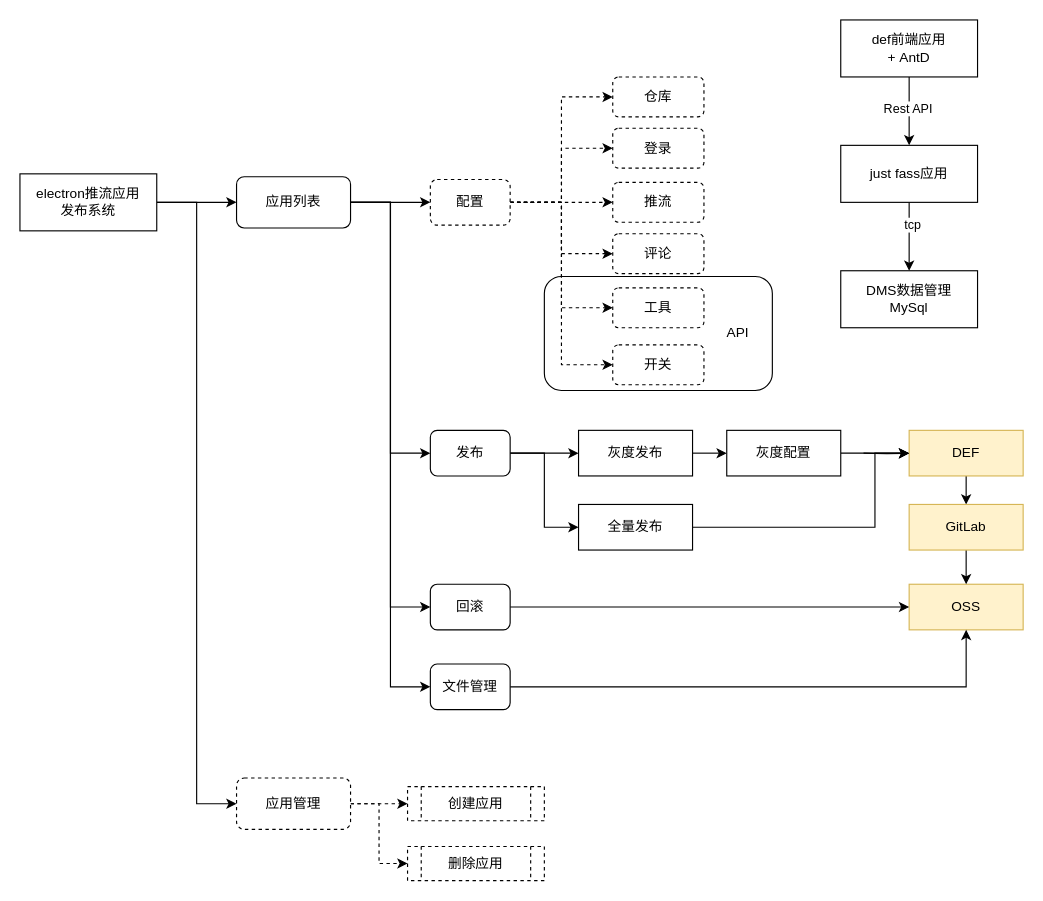
Earlier version of the draw.io diagram publish.drawio (git-zhanglei/gitskills). Source tidied: cells renumbered, new cells numbered last; positions are measured from the earlier drawing's top-left corner, leaving out a move shared by most shapes. Both pictures are drawn from the tidied source at 114%, with x=0, y=0 at pixel (19, 19).
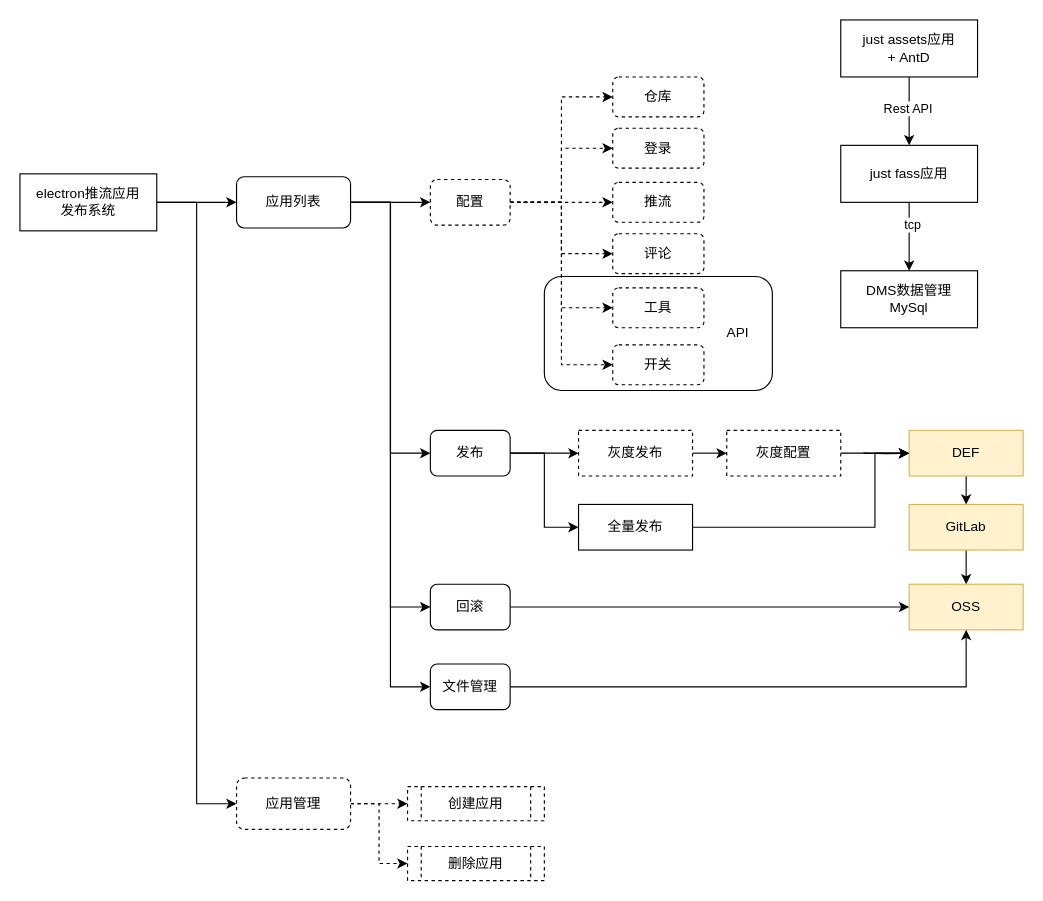
The same page after the edit.

The edit, as a diff of the source:
```diff
@@
-    <mxCell id="40" value="灰度发布" style="rounded=0;whiteSpace=wrap;html=1;" parent="1" vertex="1">
+    <mxCell id="40" value="灰度发布" style="rounded=0;whiteSpace=wrap;html=1;dashed=1;" parent="1" vertex="1">
       <mxGeometry x="490" y="360" width="100" height="40" as="geometry" />
     </mxCell>
@@
-    <mxCell id="45" value="灰度配置" style="rounded=0;whiteSpace=wrap;html=1;" parent="1" vertex="1">
+    <mxCell id="45" value="灰度配置" style="rounded=0;whiteSpace=wrap;html=1;dashed=1;" parent="1" vertex="1">
       <mxGeometry x="620" y="360" width="100" height="40" as="geometry" />
     </mxCell>
@@
-    <mxCell id="48" value="def前端应用&lt;br&gt;+ AntD" style="rounded=0;whiteSpace=wrap;html=1;" parent="1" vertex="1">
+    <mxCell id="48" value="just assets应用&lt;br&gt;+ AntD" style="rounded=0;whiteSpace=wrap;html=1;" parent="1" vertex="1">
       <mxGeometry x="720" width="120" height="50" as="geometry" />
     </mxCell>
```
